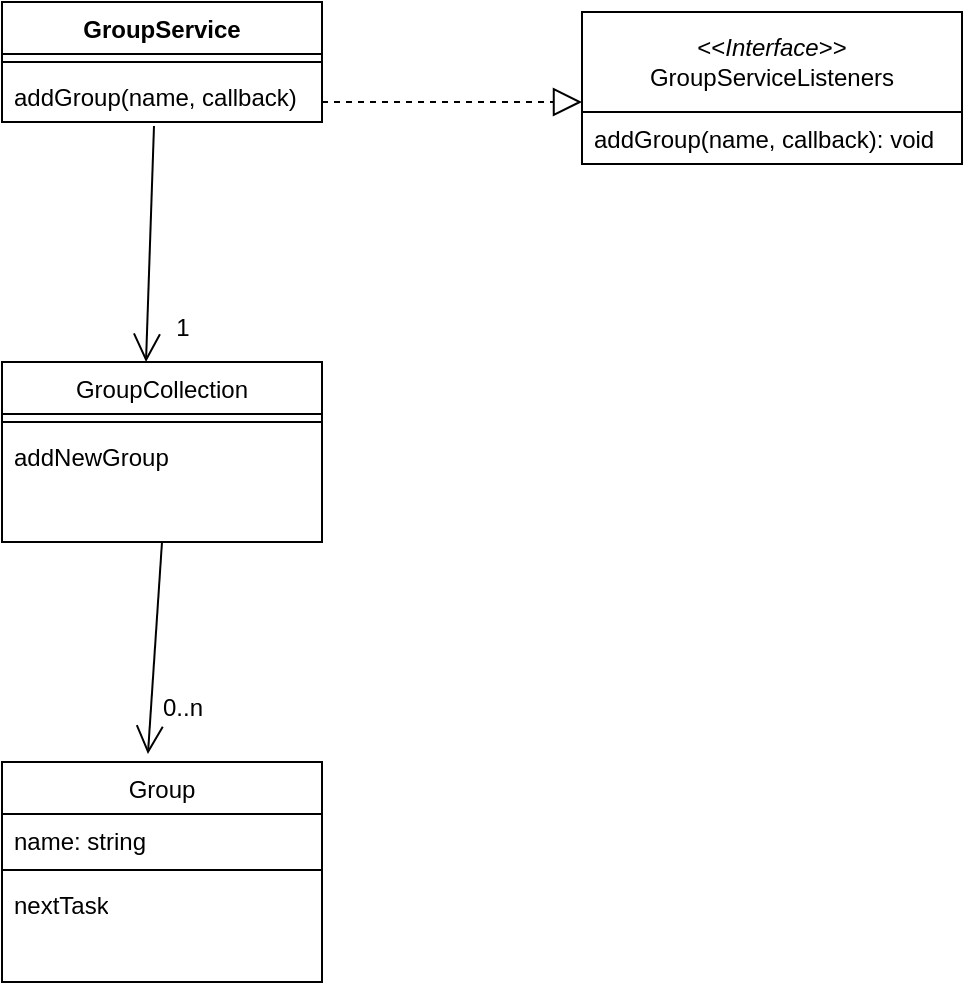
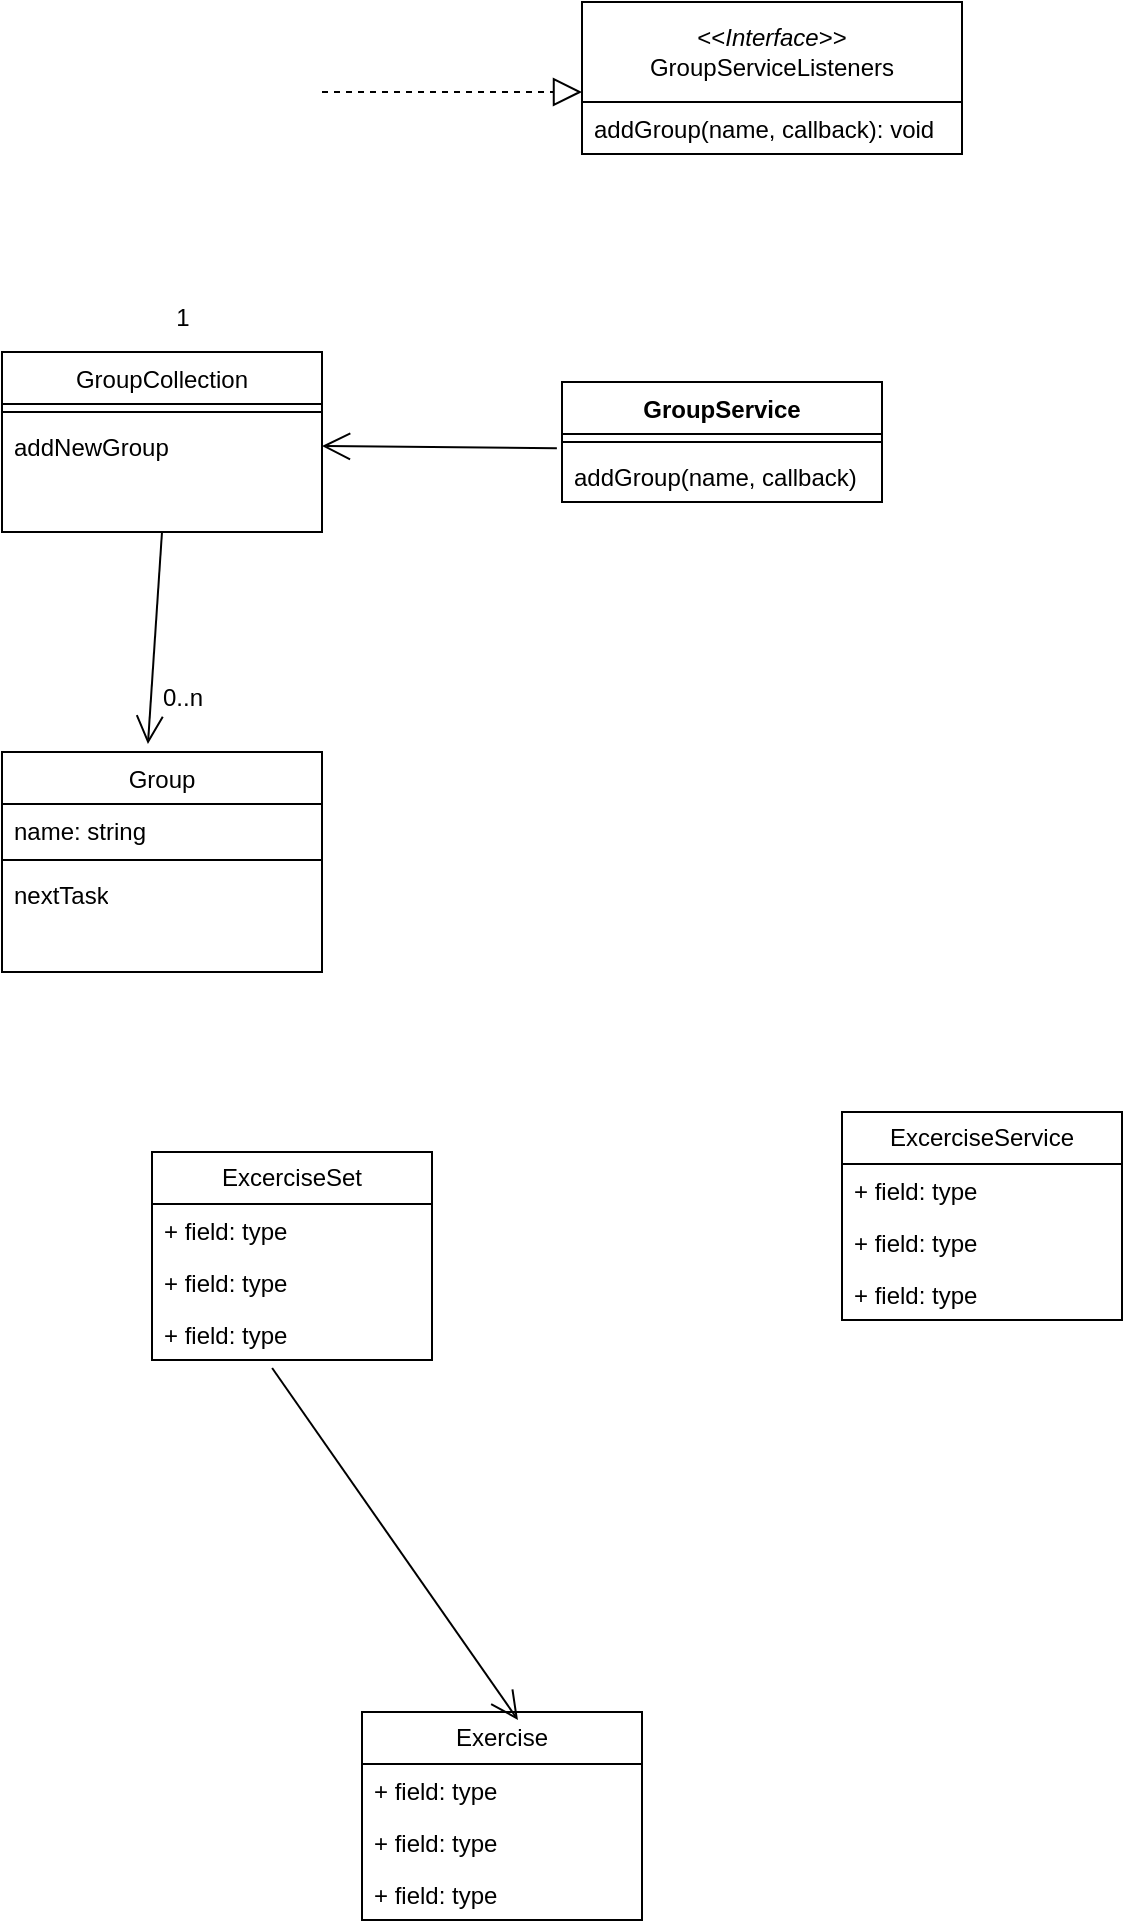
<mxfile host="app.diagrams.net" agent="Mozilla/5.0 (Windows NT 10.0; Win64; x64; rv:133.0) Gecko/20100101 Firefox/133.0" version="25.0.3">
  <diagram id="C5RBs43oDa-KdzZeNtuy" name="Page-1">
-     <mxGraphModel dx="794" dy="461" grid="1" gridSize="10" guides="1" tooltips="1" connect="1" arrows="1" fold="1" page="1" pageScale="1" pageWidth="827" pageHeight="1169" math="0" shadow="0">
+     <mxGraphModel dx="1134" dy="659" grid="1" gridSize="10" guides="1" tooltips="1" connect="1" arrows="1" fold="1" page="1" pageScale="1" pageWidth="827" pageHeight="1169" math="0" shadow="0">
      <root>
        <mxCell id="WIyWlLk6GJQsqaUBKTNV-0" />
        <mxCell id="WIyWlLk6GJQsqaUBKTNV-1" parent="WIyWlLk6GJQsqaUBKTNV-0" />
        <mxCell id="zkfFHV4jXpPFQw0GAbJ--6" value="GroupCollection" style="swimlane;fontStyle=0;align=center;verticalAlign=top;childLayout=stackLayout;horizontal=1;startSize=26;horizontalStack=0;resizeParent=1;resizeLast=0;collapsible=1;marginBottom=0;rounded=0;shadow=0;strokeWidth=1;" parent="WIyWlLk6GJQsqaUBKTNV-1" vertex="1">
          <mxGeometry x="80" y="220" width="160" height="90" as="geometry">
            <mxRectangle x="130" y="380" width="160" height="26" as="alternateBounds" />
          </mxGeometry>
        </mxCell>
        <mxCell id="zkfFHV4jXpPFQw0GAbJ--9" value="" style="line;html=1;strokeWidth=1;align=left;verticalAlign=middle;spacingTop=-1;spacingLeft=3;spacingRight=3;rotatable=0;labelPosition=right;points=[];portConstraint=eastwest;" parent="zkfFHV4jXpPFQw0GAbJ--6" vertex="1">
          <mxGeometry y="26" width="160" height="8" as="geometry" />
        </mxCell>
        <mxCell id="zkfFHV4jXpPFQw0GAbJ--10" value="addNewGroup" style="text;align=left;verticalAlign=top;spacingLeft=4;spacingRight=4;overflow=hidden;rotatable=0;points=[[0,0.5],[1,0.5]];portConstraint=eastwest;fontStyle=0" parent="zkfFHV4jXpPFQw0GAbJ--6" vertex="1">
          <mxGeometry y="34" width="160" height="26" as="geometry" />
        </mxCell>
        <mxCell id="zkfFHV4jXpPFQw0GAbJ--13" value="Group" style="swimlane;fontStyle=0;align=center;verticalAlign=top;childLayout=stackLayout;horizontal=1;startSize=26;horizontalStack=0;resizeParent=1;resizeLast=0;collapsible=1;marginBottom=0;rounded=0;shadow=0;strokeWidth=1;" parent="WIyWlLk6GJQsqaUBKTNV-1" vertex="1">
          <mxGeometry x="80" y="420" width="160" height="110" as="geometry">
            <mxRectangle x="340" y="380" width="170" height="26" as="alternateBounds" />
          </mxGeometry>
        </mxCell>
        <mxCell id="zkfFHV4jXpPFQw0GAbJ--14" value="name: string" style="text;align=left;verticalAlign=top;spacingLeft=4;spacingRight=4;overflow=hidden;rotatable=0;points=[[0,0.5],[1,0.5]];portConstraint=eastwest;" parent="zkfFHV4jXpPFQw0GAbJ--13" vertex="1">
          <mxGeometry y="26" width="160" height="24" as="geometry" />
        </mxCell>
        <mxCell id="zkfFHV4jXpPFQw0GAbJ--15" value="" style="line;html=1;strokeWidth=1;align=left;verticalAlign=middle;spacingTop=-1;spacingLeft=3;spacingRight=3;rotatable=0;labelPosition=right;points=[];portConstraint=eastwest;" parent="zkfFHV4jXpPFQw0GAbJ--13" vertex="1">
          <mxGeometry y="50" width="160" height="8" as="geometry" />
        </mxCell>
        <mxCell id="2PPdx7-YqYG3QhNQI_HN-9" value="nextTask" style="text;strokeColor=none;fillColor=none;align=left;verticalAlign=top;spacingLeft=4;spacingRight=4;overflow=hidden;rotatable=0;points=[[0,0.5],[1,0.5]];portConstraint=eastwest;whiteSpace=wrap;html=1;" parent="zkfFHV4jXpPFQw0GAbJ--13" vertex="1">
          <mxGeometry y="58" width="160" height="26" as="geometry" />
        </mxCell>
        <mxCell id="2PPdx7-YqYG3QhNQI_HN-14" value="GroupService" style="swimlane;fontStyle=1;align=center;verticalAlign=top;childLayout=stackLayout;horizontal=1;startSize=26;horizontalStack=0;resizeParent=1;resizeParentMax=0;resizeLast=0;collapsible=1;marginBottom=0;whiteSpace=wrap;html=1;" parent="WIyWlLk6GJQsqaUBKTNV-1" vertex="1">
-           <mxGeometry x="80" y="40" width="160" height="60" as="geometry" />
+           <mxGeometry x="360" y="235" width="160" height="60" as="geometry" />
        </mxCell>
        <mxCell id="2PPdx7-YqYG3QhNQI_HN-16" value="" style="line;strokeWidth=1;fillColor=none;align=left;verticalAlign=middle;spacingTop=-1;spacingLeft=3;spacingRight=3;rotatable=0;labelPosition=right;points=[];portConstraint=eastwest;strokeColor=inherit;" parent="2PPdx7-YqYG3QhNQI_HN-14" vertex="1">
          <mxGeometry y="26" width="160" height="8" as="geometry" />
        </mxCell>
        <mxCell id="2PPdx7-YqYG3QhNQI_HN-17" value="addGroup(name, callback)" style="text;strokeColor=none;fillColor=none;align=left;verticalAlign=top;spacingLeft=4;spacingRight=4;overflow=hidden;rotatable=0;points=[[0,0.5],[1,0.5]];portConstraint=eastwest;whiteSpace=wrap;html=1;" parent="2PPdx7-YqYG3QhNQI_HN-14" vertex="1">
          <mxGeometry y="34" width="160" height="26" as="geometry" />
        </mxCell>
        <mxCell id="2PPdx7-YqYG3QhNQI_HN-24" value="&lt;div&gt;&amp;lt;&amp;lt;&lt;i&gt;Interface&lt;/i&gt;&amp;gt;&amp;gt;&lt;br&gt;&lt;/div&gt;&lt;div&gt;GroupServiceListeners&lt;/div&gt;" style="swimlane;fontStyle=0;childLayout=stackLayout;horizontal=1;startSize=50;fillColor=none;horizontalStack=0;resizeParent=1;resizeParentMax=0;resizeLast=0;collapsible=1;marginBottom=0;whiteSpace=wrap;html=1;" parent="WIyWlLk6GJQsqaUBKTNV-1" vertex="1">
          <mxGeometry x="370" y="45" width="190" height="76" as="geometry" />
        </mxCell>
        <mxCell id="2PPdx7-YqYG3QhNQI_HN-28" value="addGroup(name, callback): void" style="text;strokeColor=none;fillColor=none;align=left;verticalAlign=top;spacingLeft=4;spacingRight=4;overflow=hidden;rotatable=0;points=[[0,0.5],[1,0.5]];portConstraint=eastwest;whiteSpace=wrap;html=1;" parent="2PPdx7-YqYG3QhNQI_HN-24" vertex="1">
          <mxGeometry y="50" width="190" height="26" as="geometry" />
        </mxCell>
        <mxCell id="2PPdx7-YqYG3QhNQI_HN-29" value="" style="endArrow=block;dashed=1;endFill=0;endSize=12;html=1;rounded=0;" parent="WIyWlLk6GJQsqaUBKTNV-1" edge="1">
          <mxGeometry width="160" relative="1" as="geometry">
            <mxPoint x="240" y="90" as="sourcePoint" />
            <mxPoint x="370" y="90" as="targetPoint" />
          </mxGeometry>
        </mxCell>
-         <mxCell id="V3XAilx2oiw2KiiHJ0iP-0" value="" style="endArrow=open;endFill=1;endSize=12;html=1;rounded=0;entryX=0.45;entryY=0;entryDx=0;entryDy=0;entryPerimeter=0;exitX=0.475;exitY=1.077;exitDx=0;exitDy=0;exitPerimeter=0;" edge="1" parent="WIyWlLk6GJQsqaUBKTNV-1" source="2PPdx7-YqYG3QhNQI_HN-17" target="zkfFHV4jXpPFQw0GAbJ--6">
-           <mxGeometry width="160" relative="1" as="geometry">
-             <mxPoint x="170" y="120" as="sourcePoint" />
-             <mxPoint x="490" y="250" as="targetPoint" />
-           </mxGeometry>
-         </mxCell>
        <mxCell id="V3XAilx2oiw2KiiHJ0iP-2" value="1" style="text;html=1;align=center;verticalAlign=middle;resizable=0;points=[];autosize=1;strokeColor=none;fillColor=none;" vertex="1" parent="WIyWlLk6GJQsqaUBKTNV-1">
          <mxGeometry x="155" y="188" width="30" height="30" as="geometry" />
        </mxCell>
        <mxCell id="V3XAilx2oiw2KiiHJ0iP-3" value="" style="endArrow=open;endFill=1;endSize=12;html=1;rounded=0;exitX=0.5;exitY=1;exitDx=0;exitDy=0;entryX=0.456;entryY=-0.036;entryDx=0;entryDy=0;entryPerimeter=0;" edge="1" parent="WIyWlLk6GJQsqaUBKTNV-1" source="zkfFHV4jXpPFQw0GAbJ--6" target="zkfFHV4jXpPFQw0GAbJ--13">
          <mxGeometry width="160" relative="1" as="geometry">
            <mxPoint x="330" y="250" as="sourcePoint" />
            <mxPoint x="490" y="250" as="targetPoint" />
          </mxGeometry>
        </mxCell>
        <mxCell id="V3XAilx2oiw2KiiHJ0iP-6" value="0..n" style="text;html=1;align=center;verticalAlign=middle;resizable=0;points=[];autosize=1;strokeColor=none;fillColor=none;" vertex="1" parent="WIyWlLk6GJQsqaUBKTNV-1">
          <mxGeometry x="150" y="378" width="40" height="30" as="geometry" />
        </mxCell>
+         <mxCell id="V3XAilx2oiw2KiiHJ0iP-8" value="ExcerciseSet" style="swimlane;fontStyle=0;childLayout=stackLayout;horizontal=1;startSize=26;fillColor=none;horizontalStack=0;resizeParent=1;resizeParentMax=0;resizeLast=0;collapsible=1;marginBottom=0;whiteSpace=wrap;html=1;" vertex="1" parent="WIyWlLk6GJQsqaUBKTNV-1">
+           <mxGeometry x="155" y="620" width="140" height="104" as="geometry" />
+         </mxCell>
+         <mxCell id="V3XAilx2oiw2KiiHJ0iP-9" value="+ field: type" style="text;strokeColor=none;fillColor=none;align=left;verticalAlign=top;spacingLeft=4;spacingRight=4;overflow=hidden;rotatable=0;points=[[0,0.5],[1,0.5]];portConstraint=eastwest;whiteSpace=wrap;html=1;" vertex="1" parent="V3XAilx2oiw2KiiHJ0iP-8">
+           <mxGeometry y="26" width="140" height="26" as="geometry" />
+         </mxCell>
+         <mxCell id="V3XAilx2oiw2KiiHJ0iP-10" value="+ field: type" style="text;strokeColor=none;fillColor=none;align=left;verticalAlign=top;spacingLeft=4;spacingRight=4;overflow=hidden;rotatable=0;points=[[0,0.5],[1,0.5]];portConstraint=eastwest;whiteSpace=wrap;html=1;" vertex="1" parent="V3XAilx2oiw2KiiHJ0iP-8">
+           <mxGeometry y="52" width="140" height="26" as="geometry" />
+         </mxCell>
+         <mxCell id="V3XAilx2oiw2KiiHJ0iP-11" value="+ field: type" style="text;strokeColor=none;fillColor=none;align=left;verticalAlign=top;spacingLeft=4;spacingRight=4;overflow=hidden;rotatable=0;points=[[0,0.5],[1,0.5]];portConstraint=eastwest;whiteSpace=wrap;html=1;" vertex="1" parent="V3XAilx2oiw2KiiHJ0iP-8">
+           <mxGeometry y="78" width="140" height="26" as="geometry" />
+         </mxCell>
+         <mxCell id="V3XAilx2oiw2KiiHJ0iP-12" value="Exercise" style="swimlane;fontStyle=0;childLayout=stackLayout;horizontal=1;startSize=26;fillColor=none;horizontalStack=0;resizeParent=1;resizeParentMax=0;resizeLast=0;collapsible=1;marginBottom=0;whiteSpace=wrap;html=1;" vertex="1" parent="WIyWlLk6GJQsqaUBKTNV-1">
+           <mxGeometry x="260" y="900" width="140" height="104" as="geometry" />
+         </mxCell>
+         <mxCell id="V3XAilx2oiw2KiiHJ0iP-13" value="+ field: type" style="text;strokeColor=none;fillColor=none;align=left;verticalAlign=top;spacingLeft=4;spacingRight=4;overflow=hidden;rotatable=0;points=[[0,0.5],[1,0.5]];portConstraint=eastwest;whiteSpace=wrap;html=1;" vertex="1" parent="V3XAilx2oiw2KiiHJ0iP-12">
+           <mxGeometry y="26" width="140" height="26" as="geometry" />
+         </mxCell>
+         <mxCell id="V3XAilx2oiw2KiiHJ0iP-14" value="+ field: type" style="text;strokeColor=none;fillColor=none;align=left;verticalAlign=top;spacingLeft=4;spacingRight=4;overflow=hidden;rotatable=0;points=[[0,0.5],[1,0.5]];portConstraint=eastwest;whiteSpace=wrap;html=1;" vertex="1" parent="V3XAilx2oiw2KiiHJ0iP-12">
+           <mxGeometry y="52" width="140" height="26" as="geometry" />
+         </mxCell>
+         <mxCell id="V3XAilx2oiw2KiiHJ0iP-15" value="+ field: type" style="text;strokeColor=none;fillColor=none;align=left;verticalAlign=top;spacingLeft=4;spacingRight=4;overflow=hidden;rotatable=0;points=[[0,0.5],[1,0.5]];portConstraint=eastwest;whiteSpace=wrap;html=1;" vertex="1" parent="V3XAilx2oiw2KiiHJ0iP-12">
+           <mxGeometry y="78" width="140" height="26" as="geometry" />
+         </mxCell>
+         <mxCell id="V3XAilx2oiw2KiiHJ0iP-17" value="" style="endArrow=open;endFill=1;endSize=12;html=1;rounded=0;exitX=0.429;exitY=1.154;exitDx=0;exitDy=0;exitPerimeter=0;entryX=0.557;entryY=0.038;entryDx=0;entryDy=0;entryPerimeter=0;" edge="1" parent="WIyWlLk6GJQsqaUBKTNV-1" source="V3XAilx2oiw2KiiHJ0iP-11" target="V3XAilx2oiw2KiiHJ0iP-12">
+           <mxGeometry width="160" relative="1" as="geometry">
+             <mxPoint x="440" y="800" as="sourcePoint" />
+             <mxPoint x="600" y="800" as="targetPoint" />
+           </mxGeometry>
+         </mxCell>
+         <mxCell id="V3XAilx2oiw2KiiHJ0iP-18" value="ExcerciseService" style="swimlane;fontStyle=0;childLayout=stackLayout;horizontal=1;startSize=26;fillColor=none;horizontalStack=0;resizeParent=1;resizeParentMax=0;resizeLast=0;collapsible=1;marginBottom=0;whiteSpace=wrap;html=1;" vertex="1" parent="WIyWlLk6GJQsqaUBKTNV-1">
+           <mxGeometry x="500" y="600" width="140" height="104" as="geometry" />
+         </mxCell>
+         <mxCell id="V3XAilx2oiw2KiiHJ0iP-19" value="+ field: type" style="text;strokeColor=none;fillColor=none;align=left;verticalAlign=top;spacingLeft=4;spacingRight=4;overflow=hidden;rotatable=0;points=[[0,0.5],[1,0.5]];portConstraint=eastwest;whiteSpace=wrap;html=1;" vertex="1" parent="V3XAilx2oiw2KiiHJ0iP-18">
+           <mxGeometry y="26" width="140" height="26" as="geometry" />
+         </mxCell>
+         <mxCell id="V3XAilx2oiw2KiiHJ0iP-20" value="+ field: type" style="text;strokeColor=none;fillColor=none;align=left;verticalAlign=top;spacingLeft=4;spacingRight=4;overflow=hidden;rotatable=0;points=[[0,0.5],[1,0.5]];portConstraint=eastwest;whiteSpace=wrap;html=1;" vertex="1" parent="V3XAilx2oiw2KiiHJ0iP-18">
+           <mxGeometry y="52" width="140" height="26" as="geometry" />
+         </mxCell>
+         <mxCell id="V3XAilx2oiw2KiiHJ0iP-21" value="+ field: type" style="text;strokeColor=none;fillColor=none;align=left;verticalAlign=top;spacingLeft=4;spacingRight=4;overflow=hidden;rotatable=0;points=[[0,0.5],[1,0.5]];portConstraint=eastwest;whiteSpace=wrap;html=1;" vertex="1" parent="V3XAilx2oiw2KiiHJ0iP-18">
+           <mxGeometry y="78" width="140" height="26" as="geometry" />
+         </mxCell>
+         <mxCell id="V3XAilx2oiw2KiiHJ0iP-23" value="" style="endArrow=open;endFill=1;endSize=12;html=1;rounded=0;entryX=1;entryY=0.5;entryDx=0;entryDy=0;exitX=-0.016;exitY=-0.033;exitDx=0;exitDy=0;exitPerimeter=0;" edge="1" parent="WIyWlLk6GJQsqaUBKTNV-1" source="2PPdx7-YqYG3QhNQI_HN-17" target="zkfFHV4jXpPFQw0GAbJ--10">
+           <mxGeometry width="160" relative="1" as="geometry">
+             <mxPoint x="334" y="268" as="sourcePoint" />
+             <mxPoint x="284" y="378" as="targetPoint" />
+           </mxGeometry>
+         </mxCell>
      </root>
    </mxGraphModel>
  </diagram>
</mxfile>
